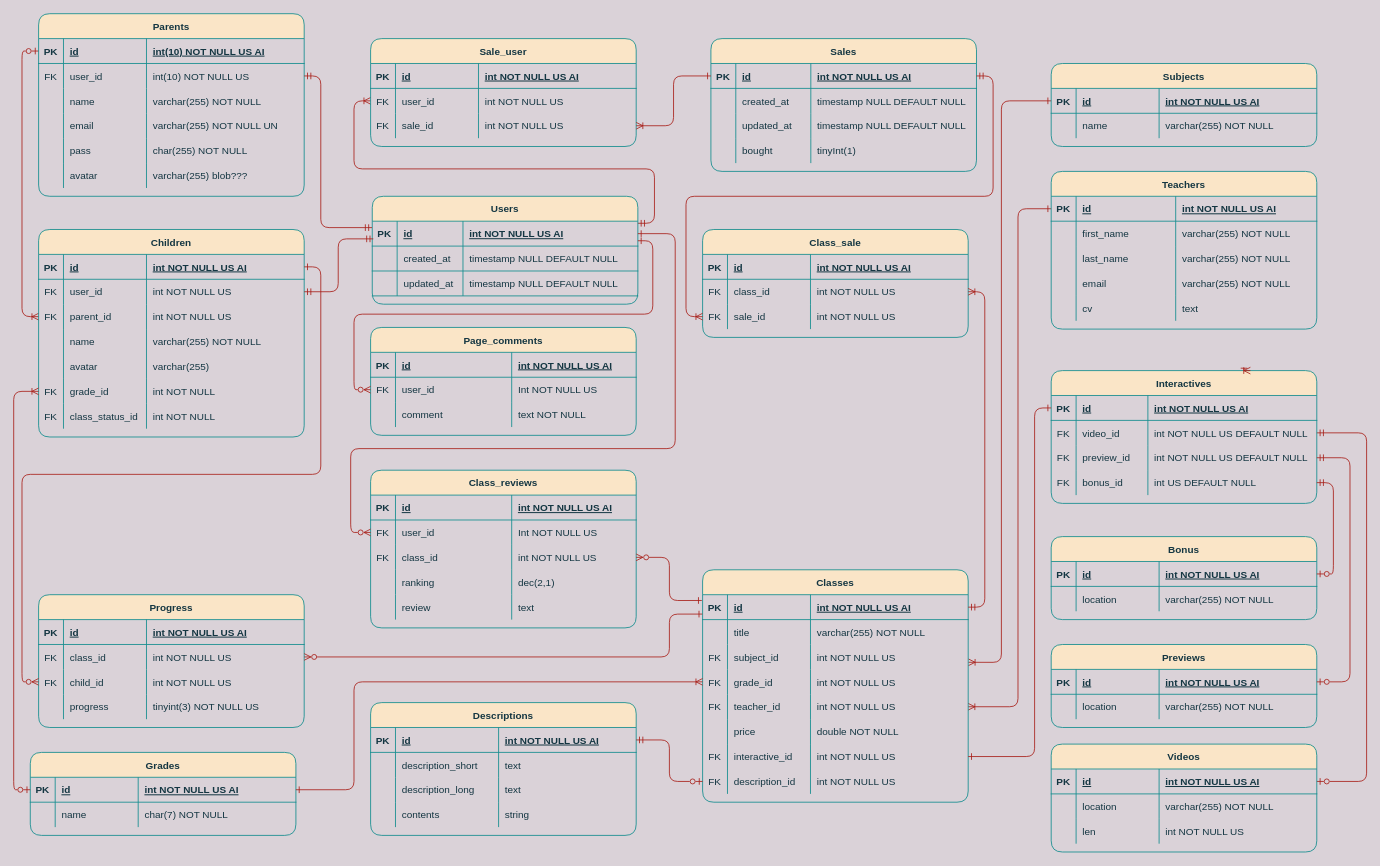
0921CDFSNCN22LAED/grupo-02 keeps this draw.io diagram as MundoSapienDB.drawio. Above is the earlier version. Source tidied: cells renumbered, new cells numbered last; positions are measured from the earlier drawing's top-left corner, leaving out a move shared by most shapes. Both pictures are drawn from the tidied source at 83%, with x=0, y=0 at pixel (30, 13).
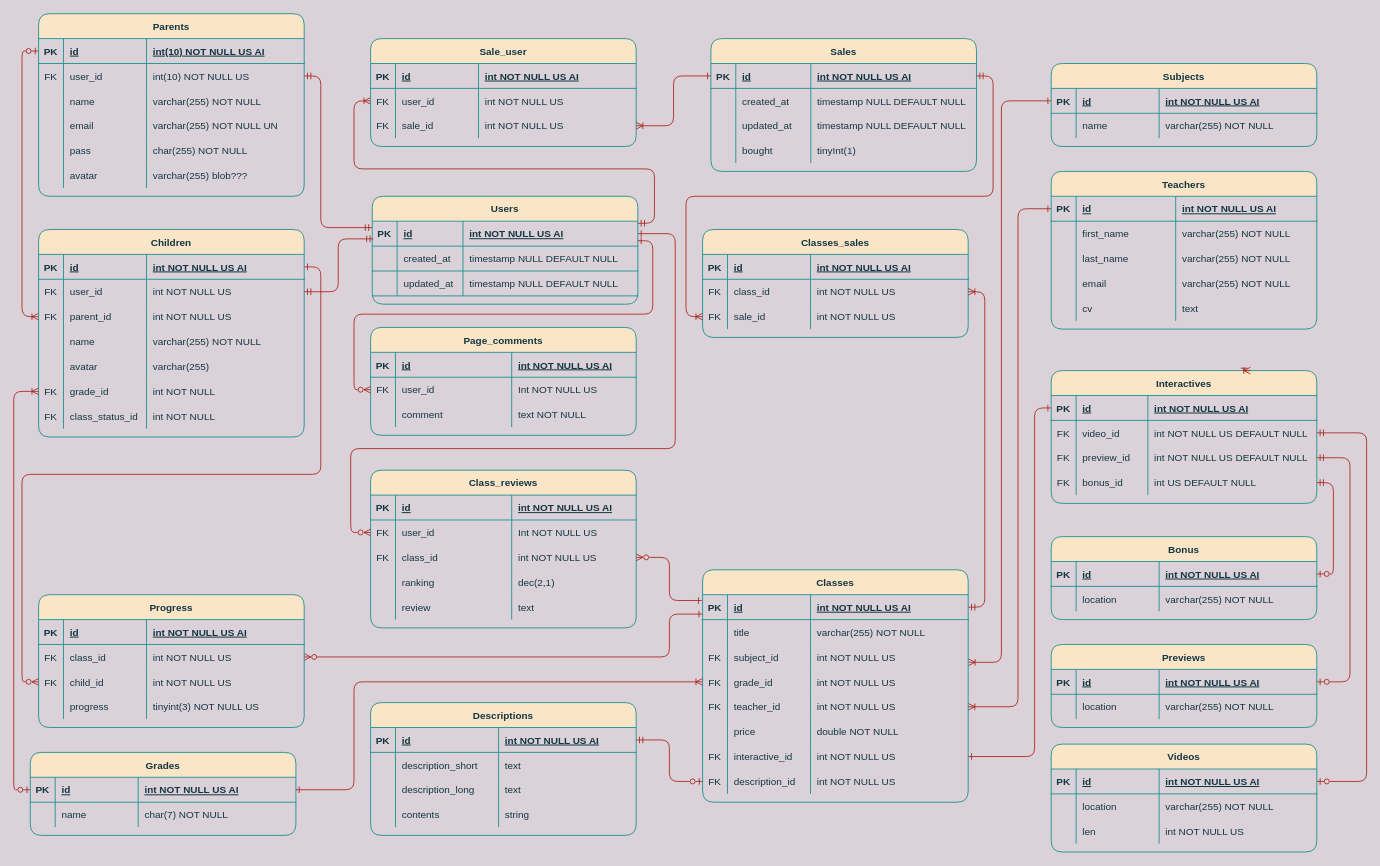
The same diagram, later.

Diff of the diagram source:
```diff
@@
-    <mxCell id="234" value="Class_sale" style="shape=table;startSize=30;childLayout=tableLayout;rowLines=0;fontStyle=1;align=center;rounded=1;fillColor=#FAE5C7;strokeColor=#0F8B8D;fontColor=#143642;" parent="1" vertex="1">
+    <mxCell id="234" value="Classes_sales" style="shape=table;startSize=30;childLayout=tableLayout;rowLines=0;fontStyle=1;align=center;rounded=1;fillColor=#FAE5C7;strokeColor=#0F8B8D;fontColor=#143642;" parent="1" vertex="1">
       <mxGeometry x="810" y="260" width="320" height="130" as="geometry" />
     </mxCell>
```
